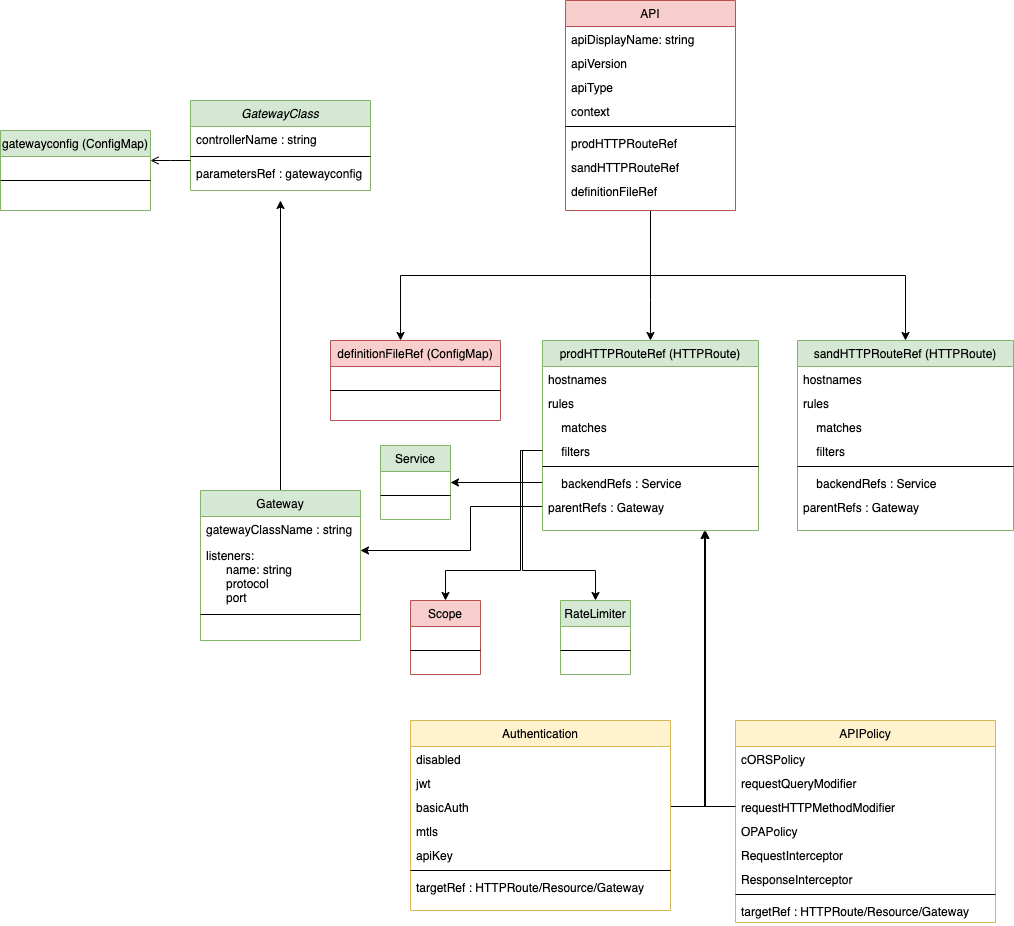
Earlier version of the draw.io export developer/design/crds/crd.drawio.png (wso2/apk). Source tidied: cells renumbered, new cells last; positions are measured from the earlier drawing's top-left corner, leaving out a move shared by most shapes.
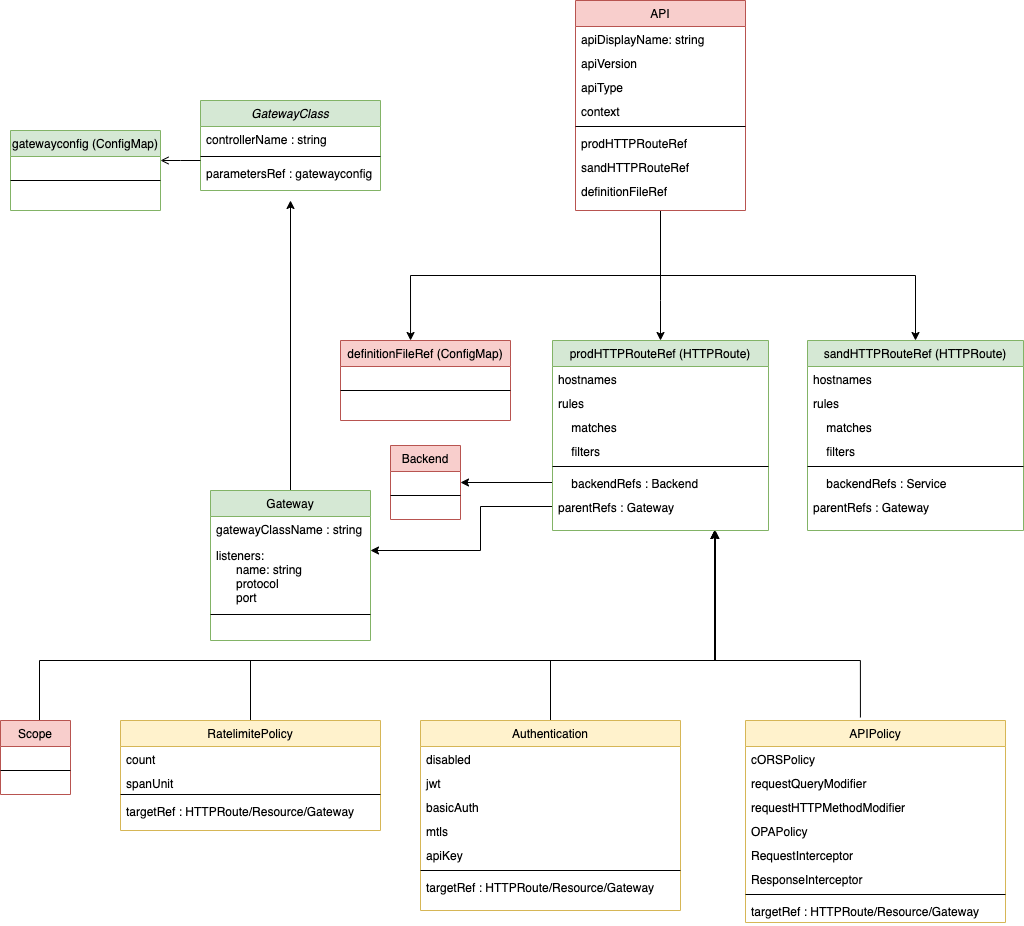
Later version of the same file.

Change to the diagram source:
```diff
@@ -82,15 +82,6 @@
     <mxCell id="20" style="edgeStyle=orthogonalEdgeStyle;rounded=0;jettySize=auto;html=1;entryX=1;entryY=0.5;entryDx=0;entryDy=0;" parent="1" edge="1" source="28" target="40">
       <mxGeometry relative="1" as="geometry" />
     </mxCell>
-    <mxCell id="21" style="edgeStyle=orthogonalEdgeStyle;rounded=0;jettySize=auto;html=1;entryX=0.5;entryY=0;entryDx=0;entryDy=0;exitX=0;exitY=0.5;exitDx=0;exitDy=0;" parent="1" edge="1" source="26" target="70">
-      <mxGeometry relative="1" as="geometry">
-        <Array as="points">
-          <mxPoint x="520" y="450" />
-          <mxPoint x="520" y="570" />
-          <mxPoint x="445" y="570" />
-        </Array>
-      </mxGeometry>
-    </mxCell>
     <mxCell id="22" value="prodHTTPRouteRef (HTTPRoute)" style="swimlane;fontStyle=0;align=center;verticalAlign=top;horizontal=1;startSize=26;rounded=0;shadow=0;strokeWidth=1;fillColor=#d5e8d4;strokeColor=#82b366;" parent="1" vertex="1">
       <mxGeometry x="542" y="340" width="216" height="190" as="geometry" />
     </mxCell>
@@ -109,7 +100,7 @@
     <mxCell id="27" style="line;html=1;strokeWidth=1;align=left;verticalAlign=middle;spacingTop=-1;spacingLeft=3;spacingRight=3;labelPosition=right;" parent="22" vertex="1">
       <mxGeometry y="122" width="216" height="8" as="geometry" />
     </mxCell>
-    <mxCell id="28" value="    backendRefs : Service" style="text;align=left;verticalAlign=top;spacingLeft=4;spacingRight=4;overflow=hidden;points=[[0,0.5],[1,0.5]];portConstraint=eastwest;" parent="22" vertex="1">
+    <mxCell id="28" value="    backendRefs : Backend" style="text;align=left;verticalAlign=top;spacingLeft=4;spacingRight=4;overflow=hidden;points=[[0,0.5],[1,0.5]];portConstraint=eastwest;" parent="22" vertex="1">
       <mxGeometry y="130" width="216" height="24" as="geometry" />
     </mxCell>
     <mxCell id="29" value="parentRefs : Gateway" style="text;align=left;verticalAlign=top;spacingLeft=4;spacingRight=4;overflow=hidden;points=[[0,0.5],[1,0.5]];portConstraint=eastwest;" parent="22" vertex="1">
@@ -145,17 +136,18 @@
     <mxCell id="39" value="parentRefs : Gateway" style="text;align=left;verticalAlign=top;spacingLeft=4;spacingRight=4;overflow=hidden;" parent="32" vertex="1">
       <mxGeometry y="154" width="216" height="24" as="geometry" />
     </mxCell>
-    <mxCell id="40" value="Service" style="swimlane;fontStyle=0;align=center;verticalAlign=top;horizontal=1;startSize=26;rounded=0;shadow=0;strokeWidth=1;fillColor=#d5e8d4;strokeColor=#82b366;" parent="1" vertex="1">
+    <mxCell id="40" value="Backend" style="swimlane;fontStyle=0;align=center;verticalAlign=top;horizontal=1;startSize=26;rounded=0;shadow=0;strokeWidth=1;fillColor=#f8cecc;strokeColor=#b85450;" parent="1" vertex="1">
       <mxGeometry x="380" y="445" width="70" height="74" as="geometry" />
     </mxCell>
     <mxCell id="41" style="line;html=1;strokeWidth=1;align=left;verticalAlign=middle;spacingTop=-1;spacingLeft=3;spacingRight=3;labelPosition=right;" parent="40" vertex="1">
       <mxGeometry y="26" width="70" height="48" as="geometry" />
     </mxCell>
-    <mxCell id="42" style="edgeStyle=orthogonalEdgeStyle;rounded=0;jettySize=auto;html=1;exitX=1;exitY=0.5;exitDx=0;exitDy=0;" parent="1" edge="1" source="46">
+    <mxCell id="42" style="edgeStyle=orthogonalEdgeStyle;rounded=0;jettySize=auto;html=1;exitX=0.5;exitY=0;exitDx=0;exitDy=0;" parent="1" edge="1" source="43">
       <mxGeometry relative="1" as="geometry">
         <mxPoint x="705" y="530" as="targetPoint" />
         <Array as="points">
-          <mxPoint x="705" y="806" />
+          <mxPoint x="540" y="660" />
+          <mxPoint x="705" y="660" />
         </Array>
       </mxGeometry>
     </mxCell>
@@ -243,29 +235,51 @@
         <mxPoint x="-7" y="4" as="offset" />
       </mxGeometry>
     </mxCell>
-    <mxCell id="69" style="edgeStyle=orthogonalEdgeStyle;rounded=0;jettySize=auto;html=1;exitX=0;exitY=0.5;exitDx=0;exitDy=0;entryX=0.75;entryY=1;entryDx=0;entryDy=0;" parent="1" edge="1" source="54" target="22">
-      <mxGeometry relative="1" as="geometry" />
+    <mxCell id="69" style="edgeStyle=orthogonalEdgeStyle;rounded=0;jettySize=auto;html=1;exitX=0.442;exitY=-0.015;exitDx=0;exitDy=0;entryX=0.75;entryY=1;entryDx=0;entryDy=0;exitPerimeter=0;" parent="1" edge="1" source="51" target="22">
+      <mxGeometry relative="1" as="geometry">
+        <Array as="points">
+          <mxPoint x="850" y="660" />
+          <mxPoint x="704" y="660" />
+        </Array>
+      </mxGeometry>
     </mxCell>
+    <mxCell id="75" style="edgeStyle=orthogonalEdgeStyle;rounded=0;jettySize=auto;html=1;entryX=0.75;entryY=1;entryDx=0;entryDy=0;" parent="1" edge="1" target="22">
+      <mxGeometry relative="1" as="geometry">
+        <mxPoint x="29" y="730" as="sourcePoint" />
+        <Array as="points">
+          <mxPoint x="29" y="660" />
+          <mxPoint x="704" y="660" />
+        </Array>
+      </mxGeometry>
+    </mxCell>
     <mxCell id="70" value="Scope" style="swimlane;fontStyle=0;align=center;verticalAlign=top;horizontal=1;startSize=26;rounded=0;shadow=0;strokeWidth=1;fillColor=#f8cecc;strokeColor=#b85450;" parent="1" vertex="1">
-      <mxGeometry x="410" y="600" width="70" height="74" as="geometry" />
+      <mxGeometry x="-10" y="720" width="70" height="74" as="geometry" />
     </mxCell>
     <mxCell id="71" style="line;html=1;strokeWidth=1;align=left;verticalAlign=middle;spacingTop=-1;spacingLeft=3;spacingRight=3;labelPosition=right;" parent="70" vertex="1">
       <mxGeometry y="26" width="70" height="48" as="geometry" />
     </mxCell>
-    <mxCell id="72" value="RateLimiter" style="swimlane;fontStyle=0;align=center;verticalAlign=top;horizontal=1;startSize=26;rounded=0;shadow=0;strokeWidth=1;fillColor=#d5e8d4;strokeColor=#82b366;" parent="1" vertex="1">
-      <mxGeometry x="560" y="600" width="70" height="74" as="geometry" />
-    </mxCell>
-    <mxCell id="73" style="line;html=1;strokeWidth=1;align=left;verticalAlign=middle;spacingTop=-1;spacingLeft=3;spacingRight=3;labelPosition=right;" parent="72" vertex="1">
-      <mxGeometry y="26" width="70" height="48" as="geometry" />
-    </mxCell>
-    <mxCell id="74" style="edgeStyle=orthogonalEdgeStyle;rounded=0;jettySize=auto;html=1;exitX=0;exitY=0.5;exitDx=0;exitDy=0;" parent="1" edge="1" source="26" target="72">
-      <mxGeometry relative="1" as="geometry">
-        <Array as="points">
-          <mxPoint x="522" y="450" />
-          <mxPoint x="522" y="570" />
-          <mxPoint x="595" y="570" />
-        </Array>
-      </mxGeometry>
-    </mxCell>
+    <mxCell id="76" style="edgeStyle=orthogonalEdgeStyle;rounded=0;jettySize=auto;html=1;entryX=0.75;entryY=1;entryDx=0;entryDy=0;exitX=0.5;exitY=0;exitDx=0;exitDy=0;" parent="1" edge="1" source="77" target="22">
+      <mxGeometry relative="1" as="geometry">
+        <Array as="points">
+          <mxPoint x="240" y="660" />
+          <mxPoint x="704" y="660" />
+        </Array>
+      </mxGeometry>
+    </mxCell>
+    <mxCell id="77" value="RatelimitePolicy" style="swimlane;fontStyle=0;align=center;verticalAlign=top;horizontal=1;startSize=26;rounded=0;shadow=0;strokeWidth=1;fillColor=#fff2cc;strokeColor=#d6b656;" parent="1" vertex="1">
+      <mxGeometry x="110" y="720" width="260" height="110" as="geometry" />
+    </mxCell>
+    <mxCell id="78" value="count" style="text;align=left;verticalAlign=top;spacingLeft=4;spacingRight=4;overflow=hidden;" parent="77" vertex="1">
+      <mxGeometry y="26" width="260" height="24" as="geometry" />
+    </mxCell>
+    <mxCell id="79" value="spanUnit" style="text;align=left;verticalAlign=top;spacingLeft=4;spacingRight=4;overflow=hidden;" parent="77" vertex="1">
+      <mxGeometry y="50" width="260" height="20" as="geometry" />
+    </mxCell>
+    <mxCell id="80" style="line;html=1;strokeWidth=1;align=left;verticalAlign=middle;spacingTop=-1;spacingLeft=3;spacingRight=3;labelPosition=right;" parent="77" vertex="1">
+      <mxGeometry y="70" width="260" height="8" as="geometry" />
+    </mxCell>
+    <mxCell id="81" value="targetRef : HTTPRoute/Resource/Gateway" style="text;align=left;verticalAlign=top;spacingLeft=4;spacingRight=4;overflow=hidden;" parent="77" vertex="1">
+      <mxGeometry y="78" width="260" height="24" as="geometry" />
+    </mxCell>
   </root>
 </mxGraphModel>
```
